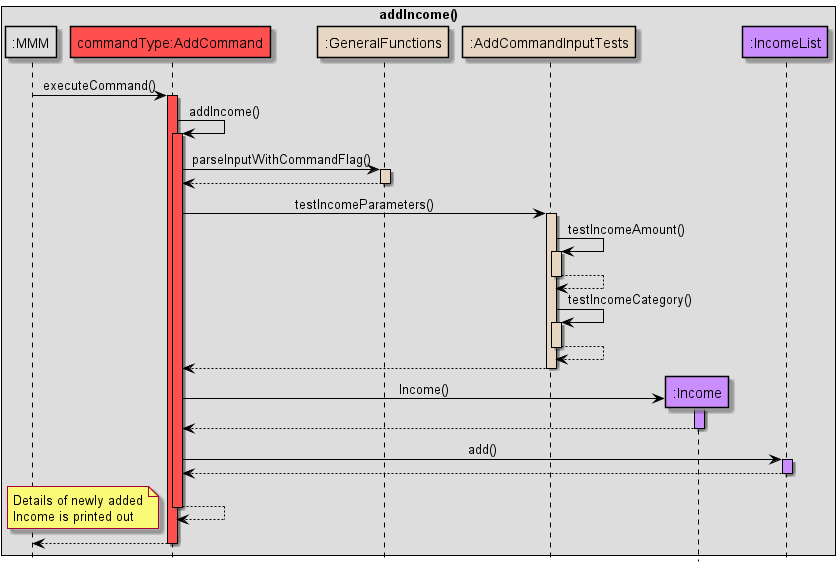
Earlier version of the PlantUML export docs/images/AddIncomeSequenceDiagram.png (nus-cs2113-AY2122S2/tp). The source it was exported from:
```plantuml
@startuml
!include Style.puml

hide footbox
skinparam sequenceMessageAlign center

skinparam sequence {
ArrowColor black
participantBorderColor black
LifelineBorderColor black
boxBorderColor black
}

box addIncome()
participant ":MMM" as MMM MMM_COLOUR
participant "commandType:AddCommand" as C COMMANDS_COLOUR
participant ":GeneralFunctions" as GF HELPER_COLOUR
participant ":AddCommandInputTests" as IT HELPER_COLOUR
participant ":Income" as I USERFINANCIAL_COLOUR
participant ":IncomeList" as IL USERFINANCIAL_COLOUR
end box

MMM -> C: executeCommand()

activate C COMMANDS_COLOUR
C -> C: addIncome()
activate C COMMANDS_COLOUR

C -> GF: parseInputWithCommandFlag()
activate GF HELPER_COLOUR
GF --> C
deactivate GF

C -> IT: testIncomeParameters()
activate IT HELPER_COLOUR

IT -> IT: testIncomeAmount()
activate IT HELPER_COLOUR
IT --> IT
deactivate IT HELPER_COLOUR

IT -> IT: testIncomeCategory()
activate IT HELPER_COLOUR
IT --> IT
deactivate IT HELPER_COLOUR

IT --> C
deactivate IT


create I
C -> I: Income()
activate I USERFINANCIAL_COLOUR
I --> C
deactivate

C -> IL: add()
activate IL USERFINANCIAL_COLOUR
IL --> C
deactivate

C --> C
deactivate

note left
Details of newly added
Income is printed out
end note

C --> MMM
deactivate

@enduml
```
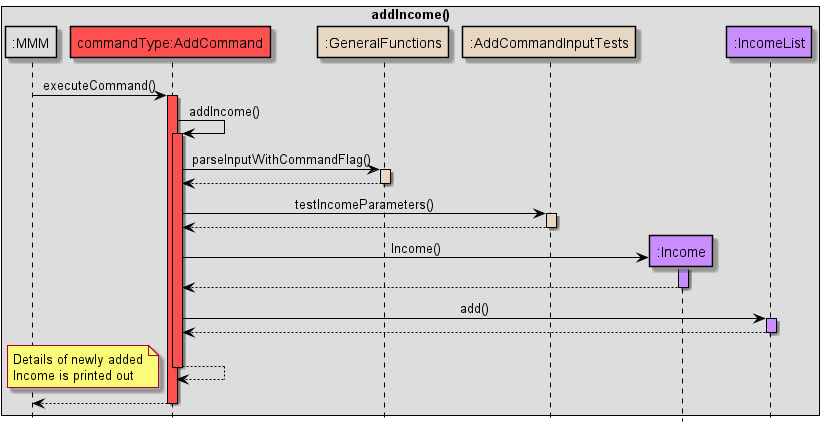
Later version of the same file.

What changed in the source:
```diff
@@ -34,16 +34,6 @@
 C -> IT: testIncomeParameters()
 activate IT HELPER_COLOUR
 
-IT -> IT: testIncomeAmount()
-activate IT HELPER_COLOUR
-IT --> IT
-deactivate IT HELPER_COLOUR
-
-IT -> IT: testIncomeCategory()
-activate IT HELPER_COLOUR
-IT --> IT
-deactivate IT HELPER_COLOUR
-
 IT --> C
 deactivate IT
 
```
